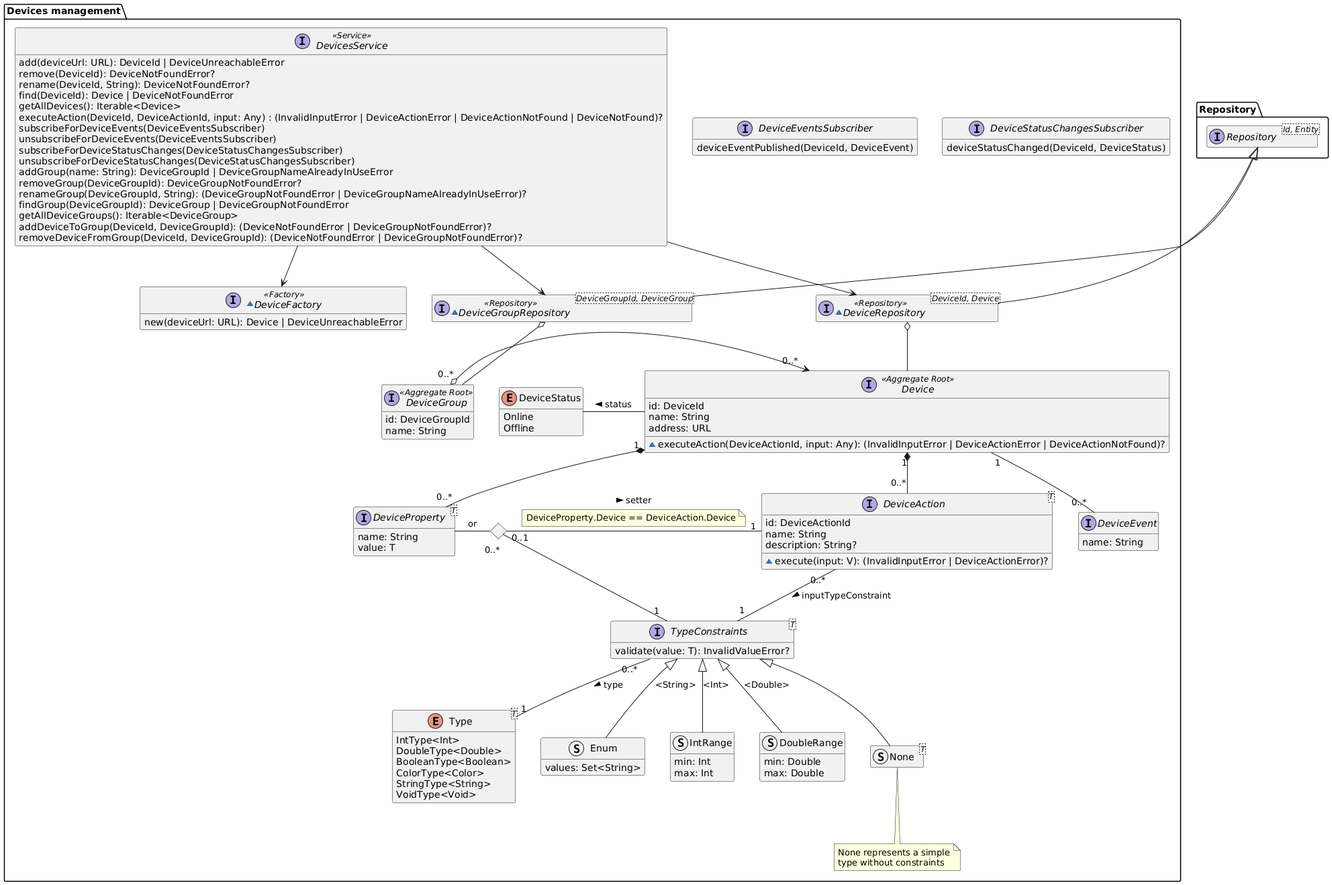
Above: diagrams/generated/devices-management-domain-model.png in DomoticASW/.github (PlantUML), before the change.
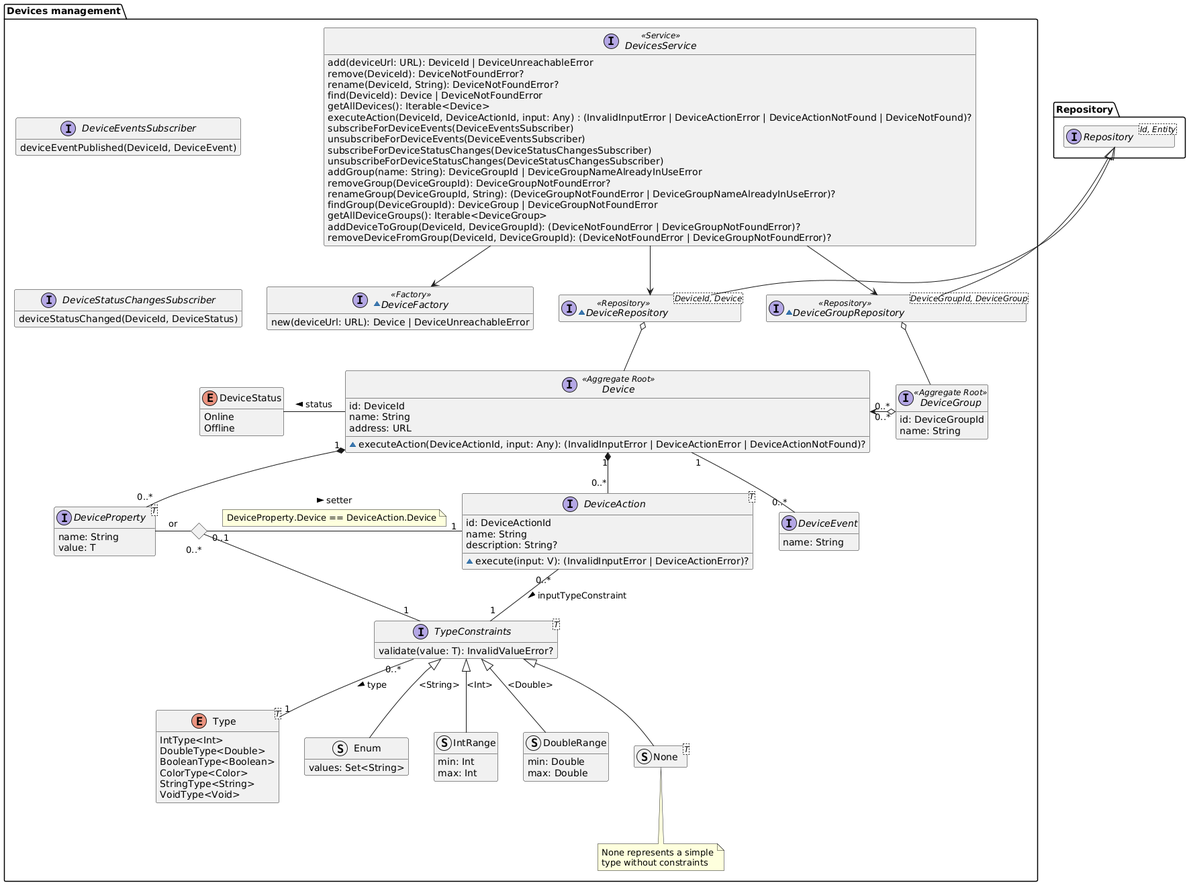
The same diagram one commit later.

Commit message:
nicer format for devices diagram

Diff of the diagram source:
```diff
@@ -74,9 +74,17 @@
         name: String
     }
 
+    ~interface DeviceRepository<DeviceId, Device> <<Repository>> {
+    }
     ~interface DeviceGroupRepository<DeviceGroupId, DeviceGroup> <<Repository>> {
     }
-    ~interface DeviceRepository<DeviceId, Device> <<Repository>> {
+
+    interface DeviceEventsSubscriber {
+        deviceEventPublished(DeviceId, DeviceEvent)
+    }
+
+    interface DeviceStatusChangesSubscriber {
+        deviceStatusChanged(DeviceId, DeviceStatus)
     }
 
     interface DevicesService <<Service>> {
@@ -101,14 +109,6 @@
 
     ~interface DeviceFactory <<Factory>> {
         new(deviceUrl: URL): Device | DeviceUnreachableError
-    }
-
-    interface DeviceEventsSubscriber {
-        deviceEventPublished(DeviceId, DeviceEvent)
-    }
-
-    interface DeviceStatusChangesSubscriber {
-        deviceStatusChanged(DeviceId, DeviceStatus)
     }
 
 
@@ -137,6 +137,7 @@
     DevicesService --> DeviceRepository
     DevicesService --> DeviceGroupRepository
     DevicesService --> DeviceFactory
+    DeviceEventsSubscriber -[hidden]- DeviceStatusChangesSubscriber
 }
 
 @enduml
```
